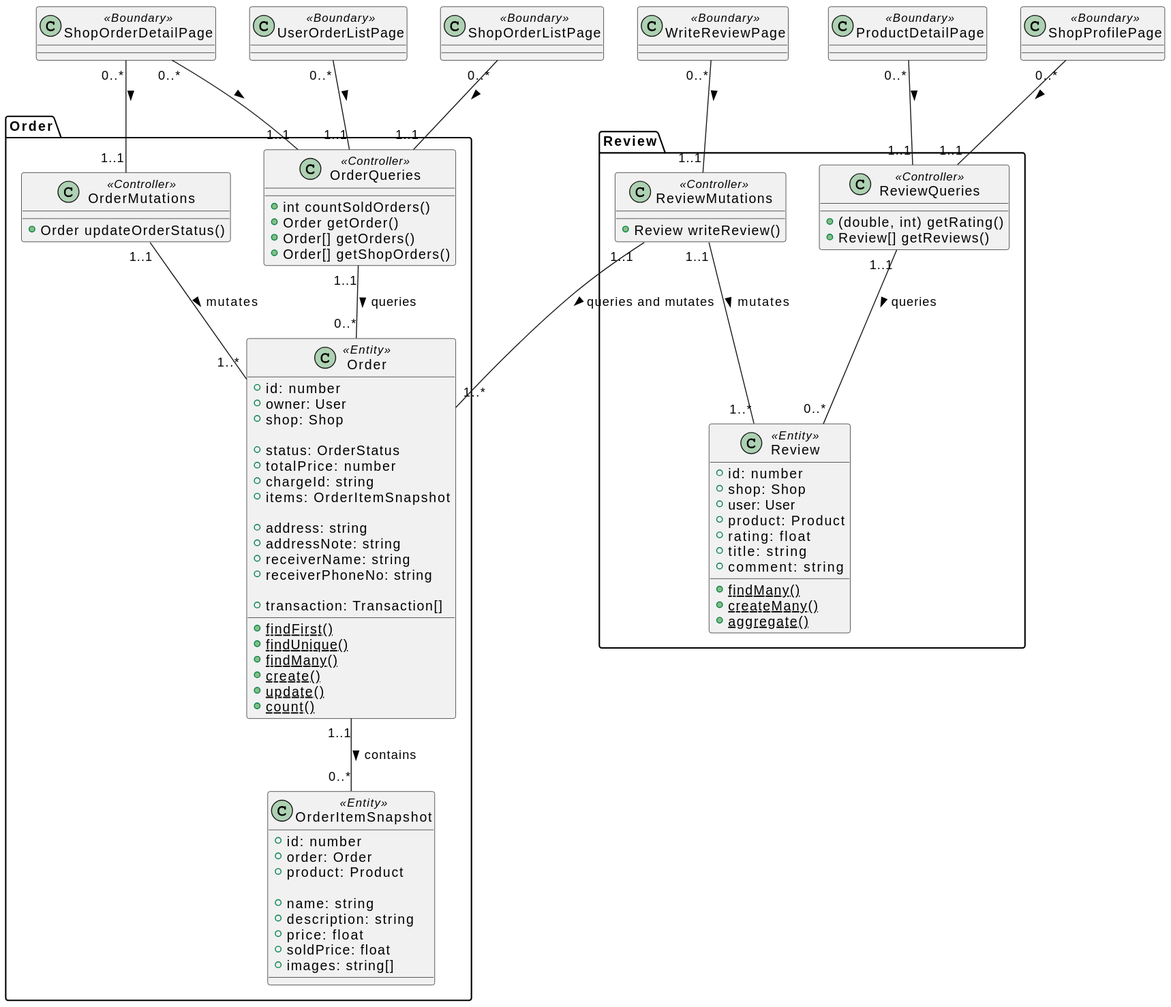
2110336-SoftwareEngineering2-2021-2/sec33_jim_carry keeps this PlantUML diagram as diagrams/out/class_diagram/Class Diagram.svg. Above is the earlier version.
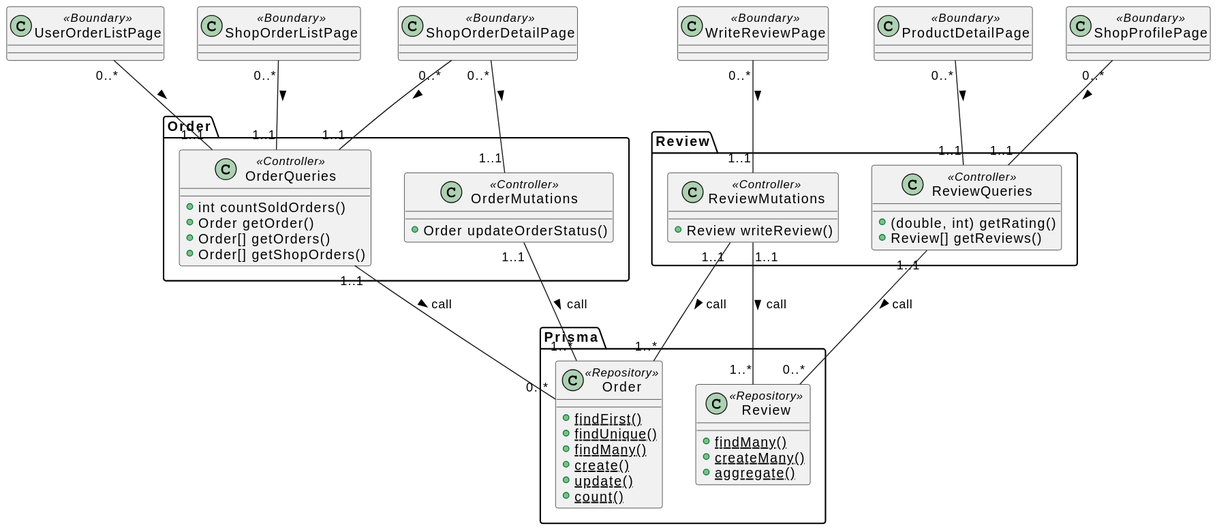
After the commit.

Diff of the diagram source:
```diff
@@ -1,44 +1,5 @@
 @startuml
 namespace Order {
-  class Order <<Entity>> {
-    + id: number
-    + owner: User
-    + shop: Shop
-
-    + status: OrderStatus
-    + totalPrice: number
-    + chargeId: string
-    + items: OrderItemSnapshot
-
-    + address: string
-    + addressNote: string
-    + receiverName: string
-    + receiverPhoneNo: string
-
-    + transaction: Transaction[]
-
-    + {static} findFirst()
-    + {static} findUnique()
-    + {static} findMany()
-    + {static} create()
-    + {static} update()
-    + {static} count()
-  }
-
-  class OrderItemSnapshot <<Entity>> {
-    + id: number
-    + order: Order
-    + product: Product
-
-    + name: string
-    + description: string
-    + price: float
-    + soldPrice: float
-    + images: string[]
-  }
-
-  Order "1..1" -- "0..*" OrderItemSnapshot: contains >
-
   class OrderQueries <<Controller>> {
     + int countSoldOrders()
     + Order getOrder()
@@ -49,25 +10,9 @@
   class OrderMutations <<Controller>> {
     + Order updateOrderStatus()
   }
-
-  OrderQueries "1..1" -- "0..*" Order: queries >
-  OrderMutations "1..1" -- "1..*" Order: mutates >
 }
 
 namespace Review {
-  class Review <<Entity>> {
-    + id: number
-    + shop: Shop
-    + user: User
-    + product: Product
-    + rating: float
-    + title: string
-    + comment: string
-
-    + {static} findMany()
-    + {static} createMany()
-    + {static} aggregate()
-  }
 
   class ReviewQueries <<Controller>> {
     + (double, int) getRating()
@@ -78,9 +23,29 @@
     + Review writeReview()
   }
 
-  ReviewQueries "1..1" -- "0..*" Review: queries >
-  ReviewMutations "1..1" -- "1..*" Review: mutates >
-  ReviewMutations "1..1" -- "1..*" Order.Order: queries and mutates >
+}
+
+namespace Prisma {
+  class Order <<Repository>> {
+    + {static} findFirst()
+    + {static} findUnique()
+    + {static} findMany()
+    + {static} create()
+    + {static} update()
+    + {static} count()
+  }
+
+  class Review <<Repository>> {
+    + {static} findMany()
+    + {static} createMany()
+    + {static} aggregate()
+  }
+
+  Order.OrderQueries "1..1" -- "0..*" Order: call >
+  Order.OrderMutations "1..1" -- "1..*" Order: call >
+  Review.ReviewQueries "1..1" -- "0..*" Review: call >
+  Review.ReviewMutations "1..1" -- "1..*" Review: call >
+  Review.ReviewMutations "1..1" -- "1..*" Order: call >
 }
 
 
```
